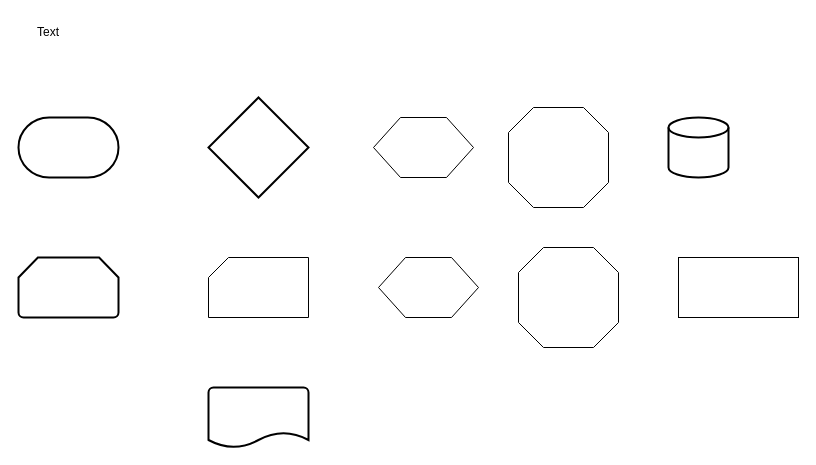
griemide/BPMN keeps this draw.io diagram as page "Overview" (1 of 4) of models/Unbenanntes Diagramm.drawio. Above is the earlier version. Source tidied: cells renumbered, new cells numbered last; positions are measured from the earlier drawing's top-left corner, leaving out a move shared by most shapes. Both pictures are drawn from the tidied source at 100%, with x=0, y=0 at pixel (18, 17).
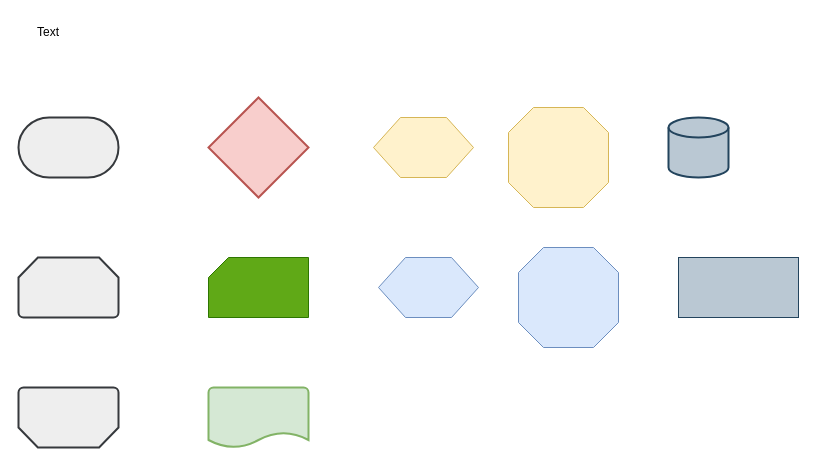
Above is the later version.

Diff of the diagram source:
```diff
@@
 <mxGraphModel>
   <root>
     <mxCell id="0" />
     <mxCell id="1" parent="0" />
-    <mxCell id="2" style="strokeWidth=2;html=1;shape=mxgraph.flowchart.terminator;whiteSpace=wrap;" parent="1" vertex="1">
+    <mxCell id="2" style="strokeWidth=2;html=1;shape=mxgraph.flowchart.terminator;whiteSpace=wrap;fillColor=#eeeeee;strokeColor=#36393d;" parent="1" vertex="1">
       <mxGeometry y="100" width="100" height="60" as="geometry" />
     </mxCell>
-    <mxCell id="3" style="strokeWidth=2;html=1;shape=mxgraph.flowchart.loop_limit;whiteSpace=wrap;" parent="1" vertex="1">
+    <mxCell id="3" style="strokeWidth=2;html=1;shape=mxgraph.flowchart.loop_limit;whiteSpace=wrap;fillColor=#eeeeee;strokeColor=#36393d;" parent="1" vertex="1">
       <mxGeometry y="240" width="100" height="60" as="geometry" />
     </mxCell>
-    <mxCell id="4" style="strokeWidth=2;html=1;shape=mxgraph.flowchart.decision;whiteSpace=wrap;" parent="1" vertex="1">
+    <mxCell id="4" style="strokeWidth=2;html=1;shape=mxgraph.flowchart.decision;whiteSpace=wrap;fillColor=#f8cecc;strokeColor=#b85450;" parent="1" vertex="1">
       <mxGeometry x="190" y="80" width="100" height="100" as="geometry" />
     </mxCell>
-    <mxCell id="5" style="verticalLabelPosition=bottom;verticalAlign=top;html=1;shape=card;whiteSpace=wrap;size=20;arcSize=12;" parent="1" vertex="1">
+    <mxCell id="5" style="verticalLabelPosition=bottom;verticalAlign=top;html=1;shape=card;whiteSpace=wrap;size=20;arcSize=12;fillColor=#60a917;strokeColor=#2D7600;fontColor=#ffffff;" parent="1" vertex="1">
       <mxGeometry x="190" y="240" width="100" height="60" as="geometry" />
     </mxCell>
-    <mxCell id="6" style="strokeWidth=2;html=1;shape=mxgraph.flowchart.document2;whiteSpace=wrap;size=0.25;" parent="1" vertex="1">
+    <mxCell id="6" style="strokeWidth=2;html=1;shape=mxgraph.flowchart.document2;whiteSpace=wrap;size=0.25;fillColor=#d5e8d4;strokeColor=#82b366;" parent="1" vertex="1">
       <mxGeometry x="190" y="370" width="100" height="60" as="geometry" />
     </mxCell>
-    <mxCell id="7" style="verticalLabelPosition=bottom;verticalAlign=top;html=1;shape=hexagon;perimeter=hexagonPerimeter2;arcSize=6;size=0.27;" parent="1" vertex="1">
+    <mxCell id="7" style="verticalLabelPosition=bottom;verticalAlign=top;html=1;shape=hexagon;perimeter=hexagonPerimeter2;arcSize=6;size=0.27;fillColor=#fff2cc;strokeColor=#d6b656;" parent="1" vertex="1">
       <mxGeometry x="355" y="100" width="100" height="60" as="geometry" />
     </mxCell>
-    <mxCell id="8" style="verticalLabelPosition=bottom;verticalAlign=top;html=1;shape=hexagon;perimeter=hexagonPerimeter2;arcSize=6;size=0.27;" parent="1" vertex="1">
+    <mxCell id="8" style="verticalLabelPosition=bottom;verticalAlign=top;html=1;shape=hexagon;perimeter=hexagonPerimeter2;arcSize=6;size=0.27;fillColor=#dae8fc;strokeColor=#6c8ebf;" parent="1" vertex="1">
       <mxGeometry x="360" y="240" width="100" height="60" as="geometry" />
     </mxCell>
-    <mxCell id="9" style="strokeWidth=2;html=1;shape=mxgraph.flowchart.database;whiteSpace=wrap;" parent="1" vertex="1">
+    <mxCell id="9" style="strokeWidth=2;html=1;shape=mxgraph.flowchart.database;whiteSpace=wrap;fillColor=#bac8d3;strokeColor=#23445d;" parent="1" vertex="1">
       <mxGeometry x="650" y="100" width="60" height="60" as="geometry" />
     </mxCell>
-    <mxCell id="10" style="verticalLabelPosition=bottom;verticalAlign=top;html=1;shape=mxgraph.basic.polygon;polyCoords=[[0.25,0],[0.75,0],[1,0.25],[1,0.75],[0.75,1],[0.25,1],[0,0.75],[0,0.25]];polyline=0;" parent="1" vertex="1">
+    <mxCell id="10" style="verticalLabelPosition=bottom;verticalAlign=top;html=1;shape=mxgraph.basic.polygon;polyCoords=[[0.25,0],[0.75,0],[1,0.25],[1,0.75],[0.75,1],[0.25,1],[0,0.75],[0,0.25]];polyline=0;fillColor=#fff2cc;strokeColor=#d6b656;" parent="1" vertex="1">
       <mxGeometry x="490" y="90" width="100" height="100" as="geometry" />
     </mxCell>
-    <mxCell id="11" style="verticalLabelPosition=bottom;verticalAlign=top;html=1;shape=mxgraph.basic.polygon;polyCoords=[[0.25,0],[0.75,0],[1,0.25],[1,0.75],[0.75,1],[0.25,1],[0,0.75],[0,0.25]];polyline=0;" parent="1" vertex="1">
+    <mxCell id="11" style="verticalLabelPosition=bottom;verticalAlign=top;html=1;shape=mxgraph.basic.polygon;polyCoords=[[0.25,0],[0.75,0],[1,0.25],[1,0.75],[0.75,1],[0.25,1],[0,0.75],[0,0.25]];polyline=0;fillColor=#dae8fc;strokeColor=#6c8ebf;" parent="1" vertex="1">
       <mxGeometry x="500" y="230" width="100" height="100" as="geometry" />
     </mxCell>
-    <mxCell id="12" style="rounded=0;whiteSpace=wrap;html=1;" parent="1" vertex="1">
+    <mxCell id="12" style="rounded=0;whiteSpace=wrap;html=1;fillColor=#bac8d3;strokeColor=#23445d;" parent="1" vertex="1">
       <mxGeometry x="660" y="240" width="120" height="60" as="geometry" />
     </mxCell>
     <mxCell id="13" value="Text" style="text;html=1;whiteSpace=wrap;strokeColor=none;fillColor=none;align=center;verticalAlign=middle;rounded=0;" parent="1" vertex="1">
       <mxGeometry width="60" height="30" as="geometry" />
     </mxCell>
+    <mxCell id="14" style="strokeWidth=2;html=1;shape=mxgraph.flowchart.loop_limit;whiteSpace=wrap;fillColor=#eeeeee;strokeColor=#36393d;direction=west;" parent="1" vertex="1">
+      <mxGeometry y="370" width="100" height="60" as="geometry" />
+    </mxCell>
   </root>
 </mxGraphModel>
```
